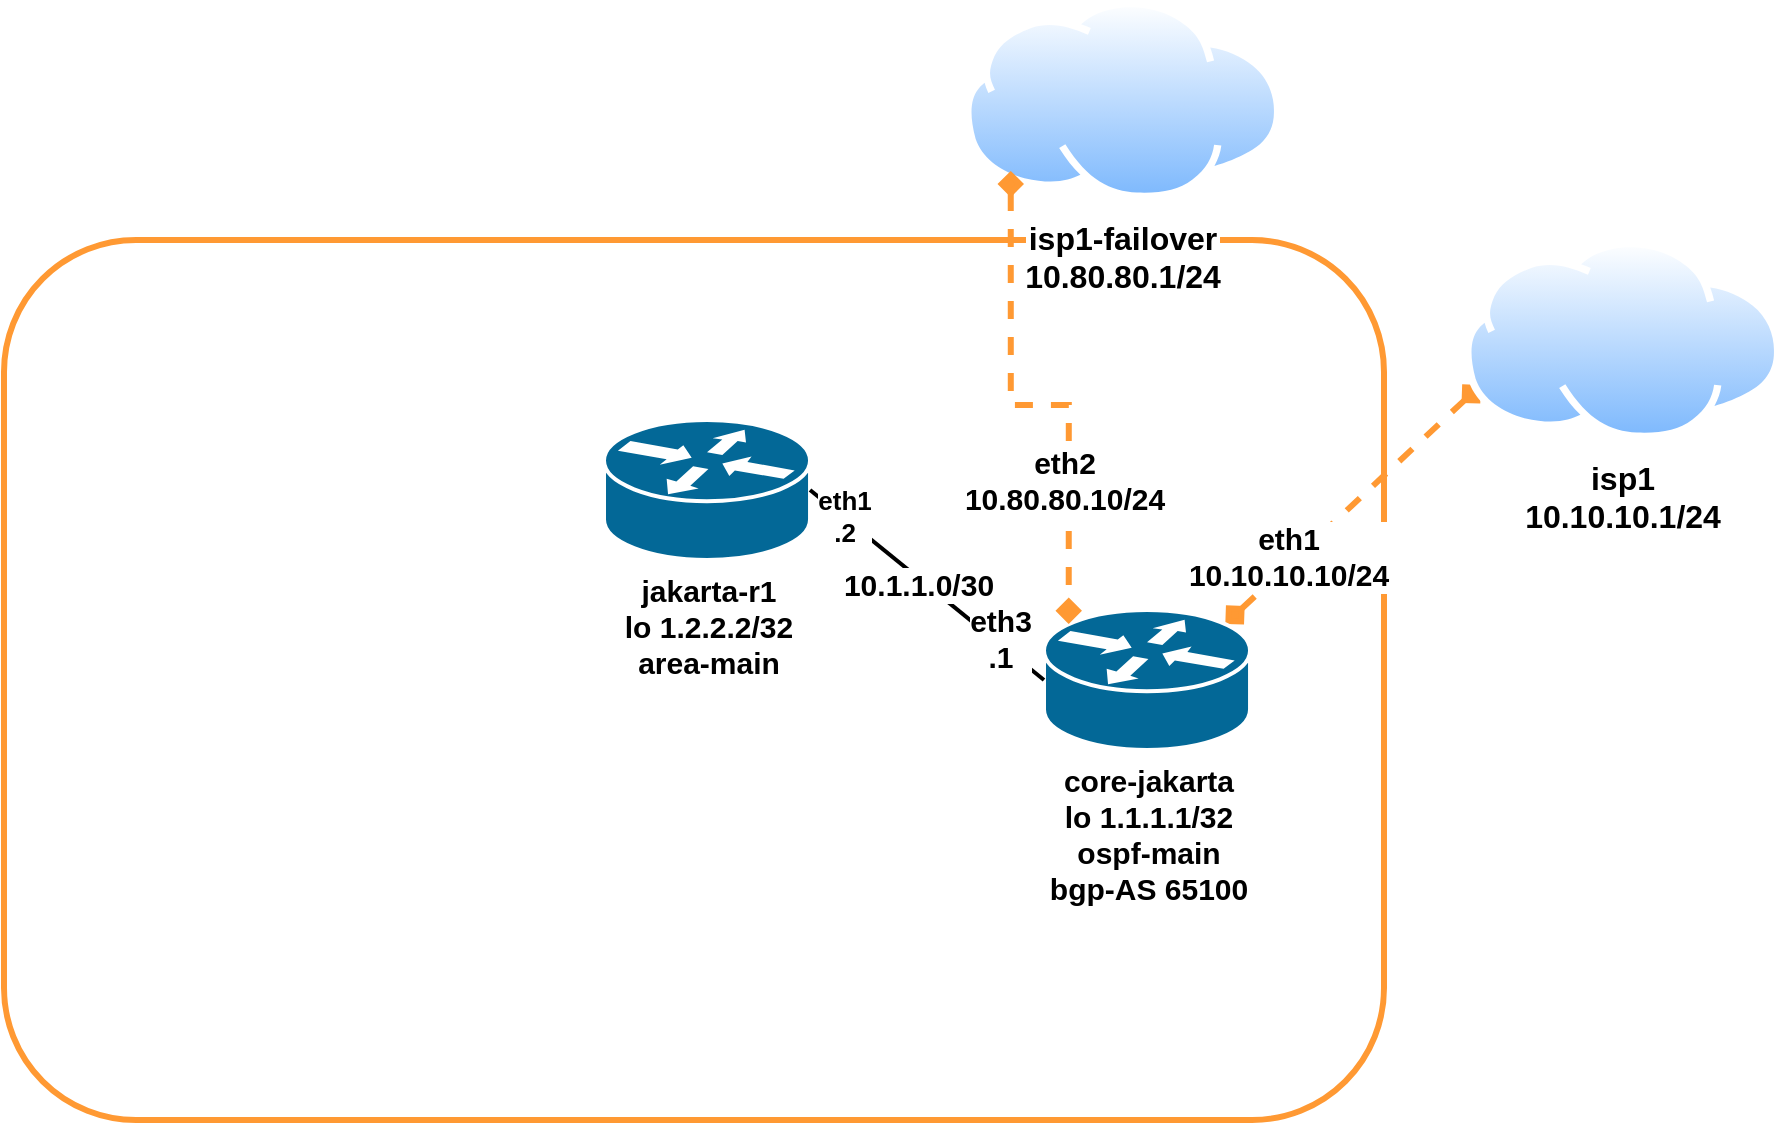
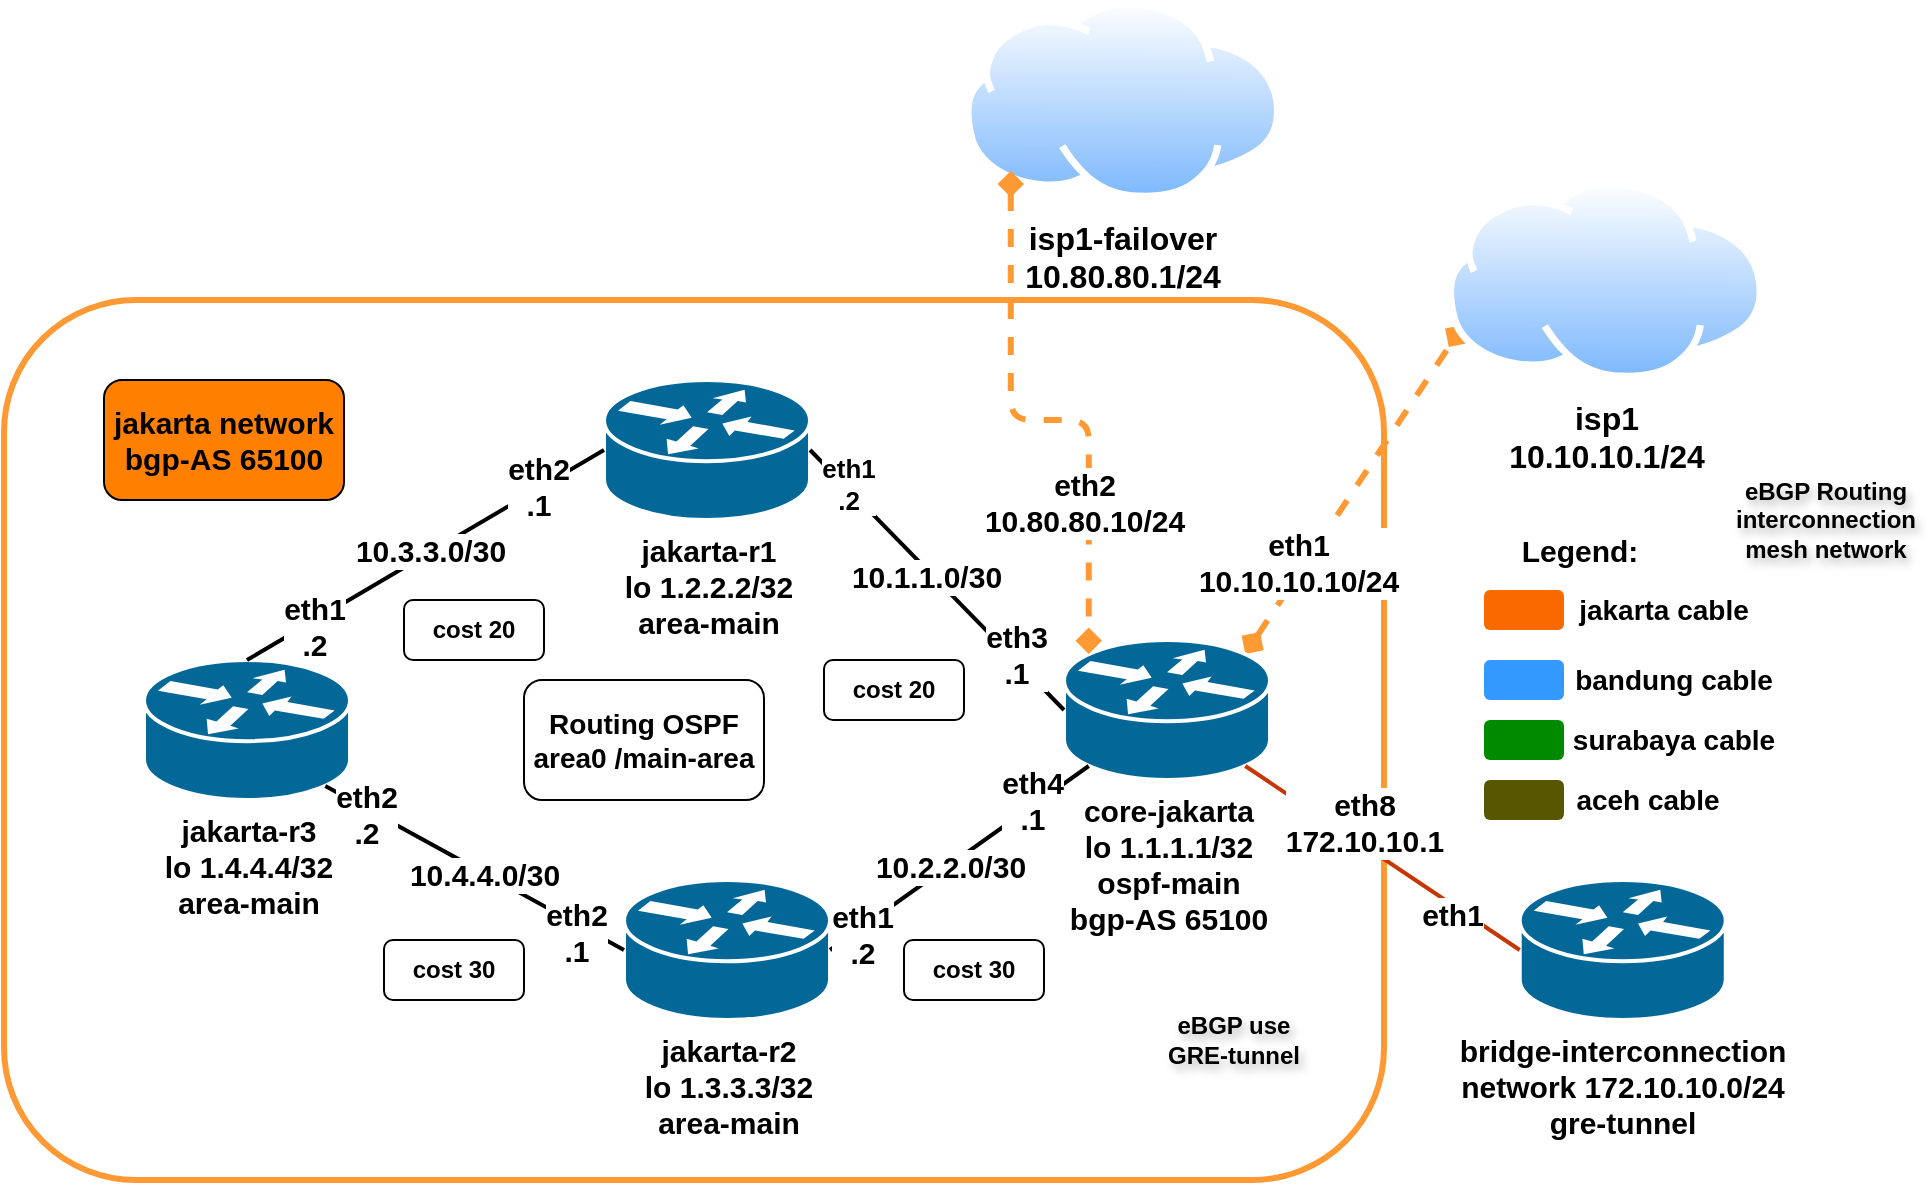
- <mxfile host="Electron" agent="Mozilla/5.0 (X11; Linux x86_64) AppleWebKit/537.36 (KHTML, like Gecko) draw.io/29.6.6 Chrome/146.0.7680.179 Electron/41.2.0 Safari/537.36" version="29.6.6">
+ <mxfile host="Electron" agent="Mozilla/5.0 (X11; Linux x86_64) AppleWebKit/537.36 (KHTML, like Gecko) draw.io/29.6.6 Chrome/146.0.7680.179 Electron/41.2.0 Safari/537.36">
  <diagram name="Page-1" id="Z28fSfN0u3bM4-OtGWP3">
-     <mxGraphModel dx="1233" dy="2028" grid="1" gridSize="10" guides="1" tooltips="1" connect="1" arrows="1" fold="1" page="1" pageScale="1" pageWidth="1920" pageHeight="1200" background="none" math="0" shadow="0">
+     <mxGraphModel dx="1145" dy="1785" grid="1" gridSize="10" guides="1" tooltips="1" connect="1" arrows="1" fold="1" page="1" pageScale="1" pageWidth="1920" pageHeight="1200" background="none" math="0" shadow="0">
      <root>
        <mxCell id="0" />
        <mxCell id="1" parent="0" />
-         <mxCell id="lvqo13A1C9rac52AU7q3-7" parent="1" style="rounded=1;whiteSpace=wrap;html=1;strokeColor=#FF9933;strokeWidth=3;" value="" vertex="1">
-           <mxGeometry height="440" width="690" x="270" y="-930" as="geometry" />
+         <mxCell id="lvqo13A1C9rac52AU7q3-7" parent="1" style="rounded=1;whiteSpace=wrap;html=1;strokeColor=#FF9933;strokeWidth=3;labelBackgroundColor=none;fontColor=default;" value="" vertex="1">
+           <mxGeometry height="440" width="690" x="270" y="-900" as="geometry" />
        </mxCell>
-         <mxCell id="lvqo13A1C9rac52AU7q3-10" edge="1" parent="1" source="lvqo13A1C9rac52AU7q3-8" style="rounded=0;orthogonalLoop=1;jettySize=auto;html=1;exitX=0.88;exitY=0.1;exitDx=0;exitDy=0;exitPerimeter=0;entryX=0;entryY=0.75;entryDx=0;entryDy=0;strokeWidth=3;endArrow=diamond;endFill=1;strokeColor=#FF9933;dashed=1;startArrow=diamond;startFill=1;" target="lvqo13A1C9rac52AU7q3-9">
+         <mxCell id="lvqo13A1C9rac52AU7q3-10" edge="1" parent="1" source="lvqo13A1C9rac52AU7q3-8" style="rounded=1;orthogonalLoop=1;jettySize=auto;html=1;exitX=0.88;exitY=0.1;exitDx=0;exitDy=0;exitPerimeter=0;entryX=0;entryY=0.75;entryDx=0;entryDy=0;strokeWidth=3;endArrow=diamond;endFill=1;strokeColor=#FF9933;dashed=1;startArrow=diamond;startFill=1;" target="lvqo13A1C9rac52AU7q3-9">
          <mxGeometry relative="1" as="geometry" />
        </mxCell>
-         <mxCell id="lvqo13A1C9rac52AU7q3-11" connectable="0" parent="lvqo13A1C9rac52AU7q3-10" style="edgeLabel;html=1;align=center;verticalAlign=middle;resizable=0;points=[];fontStyle=1;fontSize=15;" value="eth1&lt;div&gt;10.10.10.10/24&lt;/div&gt;" vertex="1">
+         <mxCell id="lvqo13A1C9rac52AU7q3-11" connectable="0" parent="lvqo13A1C9rac52AU7q3-10" style="edgeLabel;html=1;align=center;verticalAlign=middle;resizable=0;points=[];fontStyle=1;fontSize=15;rounded=1;" value="eth1&lt;div&gt;10.10.10.10/24&lt;/div&gt;" vertex="1">
          <mxGeometry relative="1" x="-0.4678" y="4" as="geometry">
            <mxPoint as="offset" />
          </mxGeometry>
        </mxCell>
-         <mxCell id="lvqo13A1C9rac52AU7q3-8" parent="1" style="strokeColor=#ffffff;sketch=0;html=1;pointerEvents=1;dashed=0;fillColor=#036897;strokeWidth=2;verticalLabelPosition=bottom;verticalAlign=top;align=center;outlineConnect=0;shape=mxgraph.cisco.routers.router;fontStyle=1;fontSize=15;" value="core-jakarta&lt;div&gt;lo 1.1.1.1/32&lt;/div&gt;&lt;div&gt;ospf-main&lt;/div&gt;&lt;div&gt;bgp-AS 65100&lt;/div&gt;" vertex="1">
-           <mxGeometry height="70" width="103.02" x="790" y="-745" as="geometry" />
+         <mxCell id="lvqo13A1C9rac52AU7q3-8" parent="1" style="strokeColor=#ffffff;html=1;pointerEvents=1;dashed=0;fillColor=#036897;strokeWidth=2;verticalLabelPosition=bottom;verticalAlign=top;align=center;outlineConnect=0;shape=mxgraph.cisco.routers.router;fontStyle=1;fontSize=15;rounded=1;" value="core-jakarta&lt;div&gt;lo 1.1.1.1/32&lt;/div&gt;&lt;div&gt;ospf-main&lt;/div&gt;&lt;div&gt;bgp-AS 65100&lt;/div&gt;" vertex="1">
+           <mxGeometry height="70" width="103.02" x="800" y="-730" as="geometry" />
        </mxCell>
-         <mxCell id="lvqo13A1C9rac52AU7q3-9" parent="1" style="image;aspect=fixed;perimeter=ellipsePerimeter;html=1;align=center;shadow=0;dashed=0;spacingTop=3;image=img/lib/active_directory/internet_cloud.svg;imageBackground=none;imageBorder=none;fontStyle=1;fontSize=16;" value="isp1&lt;div&gt;10.10.10.1/24&lt;/div&gt;" vertex="1">
-           <mxGeometry height="100" width="158.73" x="1000" y="-930" as="geometry" />
+         <mxCell id="lvqo13A1C9rac52AU7q3-9" parent="1" style="image;aspect=fixed;perimeter=ellipsePerimeter;html=1;align=center;shadow=0;dashed=0;spacingTop=3;image=img/lib/active_directory/internet_cloud.svg;imageBackground=none;imageBorder=none;fontStyle=1;fontSize=16;rounded=1;" value="isp1&lt;div&gt;10.10.10.1/24&lt;/div&gt;" vertex="1">
+           <mxGeometry height="100" width="158.73" x="991.27" y="-960" as="geometry" />
        </mxCell>
-         <mxCell id="lvqo13A1C9rac52AU7q3-12" parent="1" style="image;aspect=fixed;perimeter=ellipsePerimeter;html=1;align=center;shadow=0;dashed=0;spacingTop=3;image=img/lib/active_directory/internet_cloud.svg;imageBackground=none;imageBorder=none;fontStyle=1;fontSize=16;" value="isp1-failover&lt;div&gt;10.80.80.1/24&lt;/div&gt;" vertex="1">
+         <mxCell id="lvqo13A1C9rac52AU7q3-12" parent="1" style="image;aspect=fixed;perimeter=ellipsePerimeter;html=1;align=center;shadow=0;dashed=0;spacingTop=3;image=img/lib/active_directory/internet_cloud.svg;imageBackground=none;imageBorder=none;fontStyle=1;fontSize=16;rounded=1;" value="isp1-failover&lt;div&gt;10.80.80.1/24&lt;/div&gt;" vertex="1">
          <mxGeometry height="100" width="158.73" x="750" y="-1050" as="geometry" />
        </mxCell>
-         <mxCell id="lvqo13A1C9rac52AU7q3-13" edge="1" parent="1" source="lvqo13A1C9rac52AU7q3-12" style="edgeStyle=orthogonalEdgeStyle;rounded=0;orthogonalLoop=1;jettySize=auto;html=1;exitX=0;exitY=1;exitDx=0;exitDy=0;entryX=0.12;entryY=0.1;entryDx=0;entryDy=0;entryPerimeter=0;strokeWidth=3;dashed=1;endArrow=diamond;endFill=1;strokeColor=#FF9933;startArrow=diamond;startFill=1;" target="lvqo13A1C9rac52AU7q3-8">
+         <mxCell id="lvqo13A1C9rac52AU7q3-13" edge="1" parent="1" source="lvqo13A1C9rac52AU7q3-12" style="edgeStyle=orthogonalEdgeStyle;rounded=1;orthogonalLoop=1;jettySize=auto;html=1;exitX=0;exitY=1;exitDx=0;exitDy=0;entryX=0.12;entryY=0.1;entryDx=0;entryDy=0;entryPerimeter=0;strokeWidth=3;dashed=1;endArrow=diamond;endFill=1;strokeColor=#FF9933;startArrow=diamond;startFill=1;" target="lvqo13A1C9rac52AU7q3-8">
          <mxGeometry relative="1" as="geometry" />
        </mxCell>
-         <mxCell id="lvqo13A1C9rac52AU7q3-14" connectable="0" parent="lvqo13A1C9rac52AU7q3-13" style="edgeLabel;html=1;align=center;verticalAlign=middle;resizable=0;points=[];fontStyle=1;fontSize=15;" value="eth2&lt;div&gt;10.80.80.10/24&lt;/div&gt;" vertex="1">
+         <mxCell id="lvqo13A1C9rac52AU7q3-14" connectable="0" parent="lvqo13A1C9rac52AU7q3-13" style="edgeLabel;html=1;align=center;verticalAlign=middle;resizable=0;points=[];fontStyle=1;fontSize=15;rounded=1;" value="eth2&lt;div&gt;10.80.80.10/24&lt;/div&gt;" vertex="1">
          <mxGeometry relative="1" x="0.654" y="-3" as="geometry">
            <mxPoint y="-28" as="offset" />
          </mxGeometry>
        </mxCell>
-         <mxCell id="G_0LcLMti42sOtC5aQ4i-1" parent="1" style="strokeColor=#ffffff;sketch=0;html=1;pointerEvents=1;dashed=0;fillColor=#036897;strokeWidth=2;verticalLabelPosition=bottom;verticalAlign=top;align=center;outlineConnect=0;shape=mxgraph.cisco.routers.router;fontStyle=1;fontSize=15;" value="jakarta-r1&lt;div&gt;lo 1.2.2.2/32&lt;/div&gt;&lt;div&gt;area-main&lt;/div&gt;" vertex="1">
-           <mxGeometry height="70" width="103.02" x="570" y="-840" as="geometry" />
+         <mxCell id="G_0LcLMti42sOtC5aQ4i-1" parent="1" style="strokeColor=#ffffff;html=1;pointerEvents=1;dashed=0;fillColor=#036897;strokeWidth=2;verticalLabelPosition=bottom;verticalAlign=top;align=center;outlineConnect=0;shape=mxgraph.cisco.routers.router;fontStyle=1;fontSize=15;rounded=1;" value="jakarta-r1&lt;div&gt;lo 1.2.2.2/32&lt;/div&gt;&lt;div&gt;area-main&lt;/div&gt;" vertex="1">
+           <mxGeometry height="70" width="103.02" x="570" y="-860" as="geometry" />
        </mxCell>
-         <mxCell id="G_0LcLMti42sOtC5aQ4i-2" edge="1" parent="1" source="G_0LcLMti42sOtC5aQ4i-1" style="rounded=0;orthogonalLoop=1;jettySize=auto;html=1;exitX=1;exitY=0.5;exitDx=0;exitDy=0;exitPerimeter=0;entryX=0;entryY=0.5;entryDx=0;entryDy=0;entryPerimeter=0;endArrow=none;endFill=0;strokeWidth=2;" target="lvqo13A1C9rac52AU7q3-8">
+         <mxCell id="G_0LcLMti42sOtC5aQ4i-2" edge="1" parent="1" source="G_0LcLMti42sOtC5aQ4i-1" style="rounded=1;orthogonalLoop=1;jettySize=auto;html=1;exitX=1;exitY=0.5;exitDx=0;exitDy=0;exitPerimeter=0;entryX=0;entryY=0.5;entryDx=0;entryDy=0;entryPerimeter=0;endArrow=none;endFill=0;strokeWidth=2;" target="lvqo13A1C9rac52AU7q3-8">
          <mxGeometry relative="1" as="geometry" />
        </mxCell>
-         <mxCell id="G_0LcLMti42sOtC5aQ4i-3" connectable="0" parent="G_0LcLMti42sOtC5aQ4i-2" style="edgeLabel;html=1;align=center;verticalAlign=middle;resizable=0;points=[];fontStyle=1;fontSize=15;" value="10.1.1.0/30" vertex="1">
+         <mxCell id="G_0LcLMti42sOtC5aQ4i-3" connectable="0" parent="G_0LcLMti42sOtC5aQ4i-2" style="edgeLabel;html=1;align=center;verticalAlign=middle;resizable=0;points=[];fontStyle=1;fontSize=15;rounded=1;" value="10.1.1.0/30" vertex="1">
          <mxGeometry relative="1" x="-0.0646" y="-2" as="geometry">
            <mxPoint y="1" as="offset" />
          </mxGeometry>
        </mxCell>
-         <mxCell id="G_0LcLMti42sOtC5aQ4i-4" connectable="0" parent="G_0LcLMti42sOtC5aQ4i-2" style="edgeLabel;html=1;align=center;verticalAlign=middle;resizable=0;points=[];fontSize=13;fontStyle=1" value="eth1&lt;div&gt;.2&lt;/div&gt;" vertex="1">
+         <mxCell id="G_0LcLMti42sOtC5aQ4i-4" connectable="0" parent="G_0LcLMti42sOtC5aQ4i-2" style="edgeLabel;html=1;align=center;verticalAlign=middle;resizable=0;points=[];fontSize=13;fontStyle=1;rounded=1;" value="eth1&lt;div&gt;.2&lt;/div&gt;" vertex="1">
          <mxGeometry relative="1" x="-0.7672" y="1" as="geometry">
            <mxPoint x="3" y="2" as="offset" />
          </mxGeometry>
        </mxCell>
-         <mxCell id="G_0LcLMti42sOtC5aQ4i-5" connectable="0" parent="G_0LcLMti42sOtC5aQ4i-2" style="edgeLabel;html=1;align=center;verticalAlign=middle;resizable=0;points=[];fontSize=15;fontStyle=1" value="eth3&lt;div&gt;.1&lt;/div&gt;" vertex="1">
+         <mxCell id="G_0LcLMti42sOtC5aQ4i-5" connectable="0" parent="G_0LcLMti42sOtC5aQ4i-2" style="edgeLabel;html=1;align=center;verticalAlign=middle;resizable=0;points=[];fontSize=15;fontStyle=1;rounded=1;" value="eth3&lt;div&gt;.1&lt;/div&gt;" vertex="1">
          <mxGeometry relative="1" x="0.5904" y="2" as="geometry">
            <mxPoint as="offset" />
          </mxGeometry>
+         </mxCell>
+         <mxCell id="Ic-gzszzOugXrvoibRVL-1" parent="1" style="rounded=1;whiteSpace=wrap;html=1;fontStyle=1;fontSize=14;" value="Routing OSPF&lt;div&gt;area0 /main-area&lt;/div&gt;" vertex="1">
+           <mxGeometry height="60" width="120" x="530" y="-710" as="geometry" />
+         </mxCell>
+         <mxCell id="Ic-gzszzOugXrvoibRVL-2" parent="1" style="rounded=1;whiteSpace=wrap;html=1;fontStyle=1;" value="cost 20" vertex="1">
+           <mxGeometry height="30" width="70" x="680" y="-720" as="geometry" />
+         </mxCell>
+         <mxCell id="rtLH0eMEG8X7QAoWr9DK-1" parent="1" style="strokeColor=#ffffff;html=1;pointerEvents=1;dashed=0;fillColor=#036897;strokeWidth=2;verticalLabelPosition=bottom;verticalAlign=top;align=center;outlineConnect=0;shape=mxgraph.cisco.routers.router;fontStyle=1;fontSize=15;rounded=1;" value="jakarta-r2&lt;div&gt;lo 1.3.3.3/32&lt;/div&gt;&lt;div&gt;area-main&lt;/div&gt;" vertex="1">
+           <mxGeometry height="70" width="103.02" x="580" y="-610" as="geometry" />
+         </mxCell>
+         <mxCell id="rtLH0eMEG8X7QAoWr9DK-2" edge="1" parent="1" source="rtLH0eMEG8X7QAoWr9DK-1" style="rounded=1;orthogonalLoop=1;jettySize=auto;html=1;exitX=1;exitY=0.5;exitDx=0;exitDy=0;exitPerimeter=0;strokeWidth=2;endArrow=none;endFill=0;entryX=0.12;entryY=0.9;entryDx=0;entryDy=0;entryPerimeter=0;" target="lvqo13A1C9rac52AU7q3-8">
+           <mxGeometry relative="1" as="geometry" />
+         </mxCell>
+         <mxCell id="rtLH0eMEG8X7QAoWr9DK-3" connectable="0" parent="rtLH0eMEG8X7QAoWr9DK-2" style="edgeLabel;html=1;align=center;verticalAlign=middle;resizable=0;points=[];fontStyle=1;fontSize=15;rounded=1;" value="10.2.2.0/30" vertex="1">
+           <mxGeometry relative="1" x="-0.0814" as="geometry">
+             <mxPoint as="offset" />
+           </mxGeometry>
+         </mxCell>
+         <mxCell id="rtLH0eMEG8X7QAoWr9DK-4" connectable="0" parent="rtLH0eMEG8X7QAoWr9DK-2" style="edgeLabel;html=1;align=center;verticalAlign=middle;resizable=0;points=[];fontStyle=1;fontSize=15;rounded=1;" value="eth4&lt;div&gt;.1&lt;/div&gt;" vertex="1">
+           <mxGeometry relative="1" x="0.5819" y="3" as="geometry">
+             <mxPoint as="offset" />
+           </mxGeometry>
+         </mxCell>
+         <mxCell id="rtLH0eMEG8X7QAoWr9DK-5" connectable="0" parent="rtLH0eMEG8X7QAoWr9DK-2" style="edgeLabel;html=1;align=center;verticalAlign=middle;resizable=0;points=[];fontStyle=1;fontSize=15;rounded=1;" value="eth1&lt;div&gt;.2&lt;/div&gt;" vertex="1">
+           <mxGeometry relative="1" x="-0.7776" y="-2" as="geometry">
+             <mxPoint as="offset" />
+           </mxGeometry>
+         </mxCell>
+         <mxCell id="rtLH0eMEG8X7QAoWr9DK-6" parent="1" style="rounded=1;whiteSpace=wrap;html=1;fontStyle=1;" value="cost 30" vertex="1">
+           <mxGeometry height="30" width="70" x="720" y="-580" as="geometry" />
+         </mxCell>
+         <mxCell id="rtLH0eMEG8X7QAoWr9DK-7" parent="1" style="strokeColor=#ffffff;html=1;pointerEvents=1;dashed=0;fillColor=#036897;strokeWidth=2;verticalLabelPosition=bottom;verticalAlign=top;align=center;outlineConnect=0;shape=mxgraph.cisco.routers.router;fontStyle=1;fontSize=15;rounded=1;" value="jakarta-r3&lt;div&gt;lo 1.4.4.4/32&lt;/div&gt;&lt;div&gt;area-main&lt;/div&gt;" vertex="1">
+           <mxGeometry height="70" width="103.02" x="340" y="-720" as="geometry" />
+         </mxCell>
+         <mxCell id="rtLH0eMEG8X7QAoWr9DK-8" edge="1" parent="1" source="rtLH0eMEG8X7QAoWr9DK-7" style="rounded=1;orthogonalLoop=1;jettySize=auto;html=1;exitX=0.5;exitY=0;exitDx=0;exitDy=0;exitPerimeter=0;entryX=0;entryY=0.5;entryDx=0;entryDy=0;entryPerimeter=0;endArrow=none;endFill=0;strokeWidth=2;" target="G_0LcLMti42sOtC5aQ4i-1">
+           <mxGeometry relative="1" as="geometry" />
+         </mxCell>
+         <mxCell id="rtLH0eMEG8X7QAoWr9DK-9" connectable="0" parent="rtLH0eMEG8X7QAoWr9DK-8" style="edgeLabel;html=1;align=center;verticalAlign=middle;resizable=0;points=[];fontStyle=1;fontSize=15;rounded=1;" value="10.3.3.0/30" vertex="1">
+           <mxGeometry relative="1" x="0.029" y="2" as="geometry">
+             <mxPoint as="offset" />
+           </mxGeometry>
+         </mxCell>
+         <mxCell id="rtLH0eMEG8X7QAoWr9DK-10" connectable="0" parent="rtLH0eMEG8X7QAoWr9DK-8" style="edgeLabel;html=1;align=center;verticalAlign=middle;resizable=0;points=[];fontStyle=1;fontSize=15;rounded=1;" value="eth2&lt;div&gt;.1&lt;/div&gt;" vertex="1">
+           <mxGeometry relative="1" x="0.635" y="2" as="geometry">
+             <mxPoint as="offset" />
+           </mxGeometry>
+         </mxCell>
+         <mxCell id="rtLH0eMEG8X7QAoWr9DK-11" connectable="0" parent="rtLH0eMEG8X7QAoWr9DK-8" style="edgeLabel;html=1;align=center;verticalAlign=middle;resizable=0;points=[];fontStyle=1;fontSize=15;rounded=1;" value="eth1&lt;div&gt;.2&lt;/div&gt;" vertex="1">
+           <mxGeometry relative="1" x="-0.6375" y="-2" as="geometry">
+             <mxPoint as="offset" />
+           </mxGeometry>
+         </mxCell>
+         <mxCell id="rtLH0eMEG8X7QAoWr9DK-12" parent="1" style="rounded=1;whiteSpace=wrap;html=1;fontStyle=1;" value="cost 20" vertex="1">
+           <mxGeometry height="30" width="70" x="470" y="-750" as="geometry" />
+         </mxCell>
+         <mxCell id="rtLH0eMEG8X7QAoWr9DK-13" edge="1" parent="1" source="rtLH0eMEG8X7QAoWr9DK-7" style="rounded=1;orthogonalLoop=1;jettySize=auto;html=1;exitX=0.88;exitY=0.9;exitDx=0;exitDy=0;exitPerimeter=0;entryX=0;entryY=0.5;entryDx=0;entryDy=0;entryPerimeter=0;endArrow=none;endFill=0;strokeWidth=2;" target="rtLH0eMEG8X7QAoWr9DK-1">
+           <mxGeometry relative="1" as="geometry" />
+         </mxCell>
+         <mxCell id="rtLH0eMEG8X7QAoWr9DK-14" connectable="0" parent="rtLH0eMEG8X7QAoWr9DK-13" style="edgeLabel;html=1;align=center;verticalAlign=middle;resizable=0;points=[];fontStyle=1;fontSize=15;rounded=1;" value="10.4.4.0/30" vertex="1">
+           <mxGeometry relative="1" x="0.0556" as="geometry">
+             <mxPoint as="offset" />
+           </mxGeometry>
+         </mxCell>
+         <mxCell id="rtLH0eMEG8X7QAoWr9DK-15" connectable="0" parent="rtLH0eMEG8X7QAoWr9DK-13" style="edgeLabel;html=1;align=center;verticalAlign=middle;resizable=0;points=[];fontStyle=1;fontSize=15;rounded=1;" value="eth2&lt;div&gt;.1&lt;/div&gt;" vertex="1">
+           <mxGeometry relative="1" x="0.6939" y="-4" as="geometry">
+             <mxPoint as="offset" />
+           </mxGeometry>
+         </mxCell>
+         <mxCell id="rtLH0eMEG8X7QAoWr9DK-16" connectable="0" parent="rtLH0eMEG8X7QAoWr9DK-13" style="edgeLabel;html=1;align=center;verticalAlign=middle;resizable=0;points=[];fontStyle=1;fontSize=15;rounded=1;" value="eth2&lt;div&gt;.2&lt;/div&gt;" vertex="1">
+           <mxGeometry relative="1" x="-0.7198" y="-2" as="geometry">
+             <mxPoint as="offset" />
+           </mxGeometry>
+         </mxCell>
+         <mxCell id="rtLH0eMEG8X7QAoWr9DK-17" parent="1" style="rounded=1;whiteSpace=wrap;html=1;fontStyle=1;" value="cost 30" vertex="1">
+           <mxGeometry height="30" width="70" x="460" y="-580" as="geometry" />
+         </mxCell>
+         <mxCell id="rtLH0eMEG8X7QAoWr9DK-18" parent="1" style="rounded=1;whiteSpace=wrap;html=1;fontStyle=1;fontSize=15;fillColor=#FF8000;fontColor=default;" value="jakarta network&lt;div&gt;bgp-AS 65100&lt;/div&gt;" vertex="1">
+           <mxGeometry height="60" width="120" x="320" y="-860" as="geometry" />
+         </mxCell>
+         <mxCell id="rtLH0eMEG8X7QAoWr9DK-19" parent="1" style="strokeColor=#ffffff;html=1;pointerEvents=1;dashed=0;fillColor=#036897;strokeWidth=2;verticalLabelPosition=bottom;verticalAlign=top;align=center;outlineConnect=0;shape=mxgraph.cisco.routers.router;fontStyle=1;fontSize=15;rounded=1;" value="bridge-interconnection&lt;div&gt;network 172.10.10.0/24&lt;/div&gt;&lt;div&gt;gre-tunnel&lt;/div&gt;" vertex="1">
+           <mxGeometry height="70" width="103.02" x="1027.8600000000001" y="-610" as="geometry" />
+         </mxCell>
+         <mxCell id="rtLH0eMEG8X7QAoWr9DK-21" edge="1" parent="1" source="lvqo13A1C9rac52AU7q3-8" style="rounded=1;orthogonalLoop=1;jettySize=auto;html=1;exitX=0.88;exitY=0.9;exitDx=0;exitDy=0;exitPerimeter=0;entryX=0;entryY=0.5;entryDx=0;entryDy=0;entryPerimeter=0;endArrow=none;endFill=0;strokeWidth=2;fillColor=#fa6800;strokeColor=light-dark(#C73500,#FF9933);" target="rtLH0eMEG8X7QAoWr9DK-19">
+           <mxGeometry relative="1" as="geometry" />
+         </mxCell>
+         <mxCell id="rtLH0eMEG8X7QAoWr9DK-22" connectable="0" parent="rtLH0eMEG8X7QAoWr9DK-21" style="edgeLabel;html=1;align=center;verticalAlign=middle;resizable=0;points=[];fontStyle=1;fontSize=15;rounded=1;" value="eth8&lt;div&gt;172.10.10.1&lt;/div&gt;" vertex="1">
+           <mxGeometry relative="1" x="-0.5875" y="2" as="geometry">
+             <mxPoint x="30" y="10" as="offset" />
+           </mxGeometry>
+         </mxCell>
+         <mxCell id="rtLH0eMEG8X7QAoWr9DK-23" connectable="0" parent="rtLH0eMEG8X7QAoWr9DK-21" style="edgeLabel;html=1;align=center;verticalAlign=middle;resizable=0;points=[];fontStyle=1;fontSize=15;rounded=1;" value="eth1" vertex="1">
+           <mxGeometry relative="1" x="0.5385" y="-4" as="geometry">
+             <mxPoint as="offset" />
+           </mxGeometry>
+         </mxCell>
+         <mxCell id="rtLH0eMEG8X7QAoWr9DK-24" parent="1" style="text;html=1;whiteSpace=wrap;strokeColor=none;fillColor=none;align=center;verticalAlign=middle;rounded=1;fontStyle=1;fontSize=15;" value="Legend:" vertex="1">
+           <mxGeometry height="30" width="60" x="1027.8600000000001" y="-790" as="geometry" />
+         </mxCell>
+         <mxCell id="rtLH0eMEG8X7QAoWr9DK-25" parent="1" style="rounded=1;whiteSpace=wrap;html=1;fillColor=#fa6800;fontColor=#000000;strokeColor=none;" value="" vertex="1">
+           <mxGeometry height="20" width="40" x="1010" y="-755" as="geometry" />
+         </mxCell>
+         <mxCell id="rtLH0eMEG8X7QAoWr9DK-26" parent="1" style="text;html=1;whiteSpace=wrap;strokeColor=none;fillColor=none;align=center;verticalAlign=middle;rounded=1;fontStyle=1;fontSize=14;" value="jakarta cable" vertex="1">
+           <mxGeometry width="100" x="1050" y="-745" as="geometry" />
+         </mxCell>
+         <mxCell id="rtLH0eMEG8X7QAoWr9DK-28" parent="1" style="rounded=1;whiteSpace=wrap;html=1;fillColor=light-dark(#3399FF,#3399FF);fontColor=#000000;strokeColor=none;fillStyle=auto;" value="" vertex="1">
+           <mxGeometry height="20" width="40" x="1010" y="-720" as="geometry" />
+         </mxCell>
+         <mxCell id="rtLH0eMEG8X7QAoWr9DK-29" parent="1" style="text;html=1;whiteSpace=wrap;strokeColor=none;fillColor=none;align=center;verticalAlign=middle;rounded=1;fontStyle=1;fontSize=14;" value="bandung cable" vertex="1">
+           <mxGeometry width="110" x="1050" y="-710" as="geometry" />
+         </mxCell>
+         <mxCell id="rtLH0eMEG8X7QAoWr9DK-30" parent="1" style="rounded=1;whiteSpace=wrap;html=1;fillColor=#008a00;fillStyle=auto;fontColor=#ffffff;strokeColor=none;" value="" vertex="1">
+           <mxGeometry height="20" width="40" x="1010" y="-690" as="geometry" />
+         </mxCell>
+         <mxCell id="rtLH0eMEG8X7QAoWr9DK-31" parent="1" style="text;html=1;whiteSpace=wrap;strokeColor=none;fillColor=none;align=center;verticalAlign=middle;rounded=1;fontStyle=1;fontSize=14;" value="surabaya cable" vertex="1">
+           <mxGeometry width="110" x="1050" y="-680" as="geometry" />
+         </mxCell>
+         <mxCell id="rtLH0eMEG8X7QAoWr9DK-32" parent="1" style="rounded=1;whiteSpace=wrap;html=1;fillColor=light-dark(#575700,#FFFF00);fillStyle=auto;strokeColor=none;" value="" vertex="1">
+           <mxGeometry height="20" width="40" x="1010" y="-660" as="geometry" />
+         </mxCell>
+         <mxCell id="rtLH0eMEG8X7QAoWr9DK-33" parent="1" style="text;html=1;whiteSpace=wrap;strokeColor=none;fillColor=none;align=center;verticalAlign=middle;rounded=1;fontStyle=1;fontSize=14;" value="aceh cable" vertex="1">
+           <mxGeometry width="110" x="1037" y="-650" as="geometry" />
+         </mxCell>
+         <mxCell id="rtLH0eMEG8X7QAoWr9DK-35" parent="1" style="rounded=1;whiteSpace=wrap;html=1;fontStyle=1;fillColor=light-dark(#FFFFFF,#FF0080);strokeColor=none;fontColor=light-dark(#000000,#FFFFFF);labelBorderColor=none;textShadow=1;fontFamily=Helvetica;" value="eBGP Routing&lt;div&gt;interconnection mesh network&lt;/div&gt;" vertex="1">
+           <mxGeometry height="60" width="100" x="1130.88" y="-820" as="geometry" />
+         </mxCell>
+         <mxCell id="rtLH0eMEG8X7QAoWr9DK-36" parent="1" style="rounded=1;whiteSpace=wrap;html=1;fontStyle=1;fillColor=light-dark(#FFFFFF,#FF0000);strokeColor=none;fontColor=light-dark(#000000,#FFFFFF);labelBorderColor=none;textShadow=1;fontFamily=Helvetica;" value="eBGP use GRE-tunnel" vertex="1">
+           <mxGeometry height="40" width="90" x="840" y="-550" as="geometry" />
        </mxCell>
      </root>
    </mxGraphModel>
  </diagram>
</mxfile>
